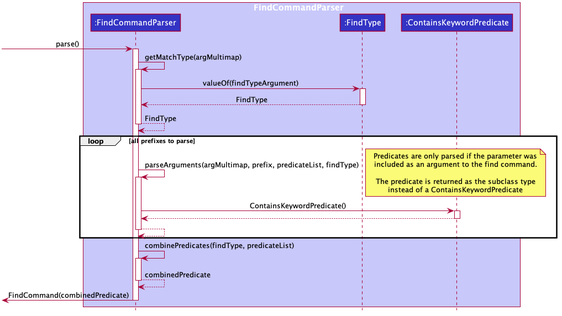
This is docs/images/FindCommandParserSequenceDiagram.png from pr4aveen/tp, a PlantUML export, as it was before one commit.
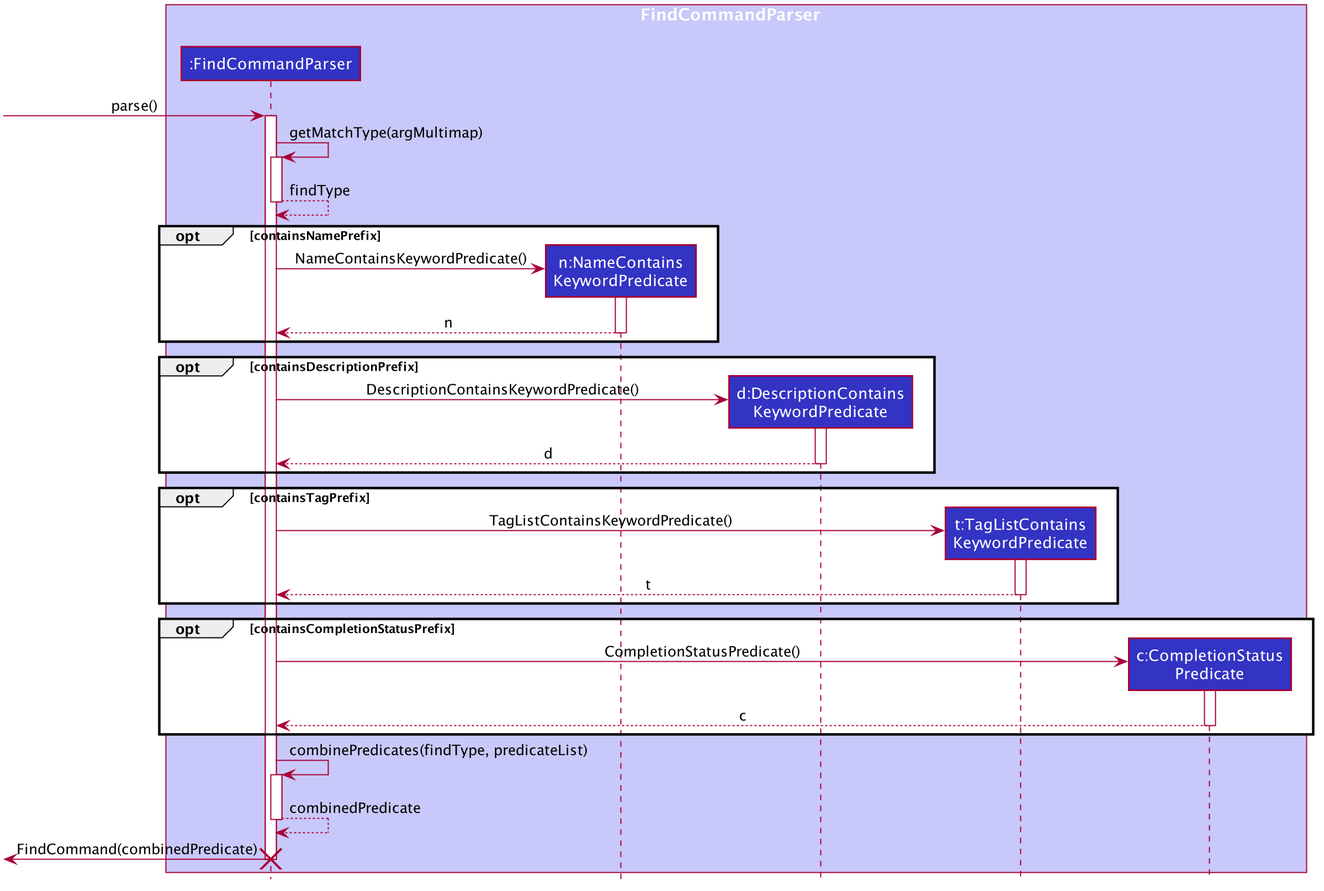
The same diagram one commit later.

Change to the diagram source:
```diff
@@ -50,8 +50,10 @@
 
 box FindCommandParser  #C8C8FA
 participant ":FindCommandParser" as FindCommandParser #3333C4
-participant ":FindType" as FindType #3333C4
-participant ":ContainsKeywordPredicate" as ContainsKeywordPredicate #3333C4
+participant "n:NameContains\nKeywordPredicate" as NameContainsKeywordPredicate #3333C4
+participant "d:DescriptionContains\nKeywordPredicate" as DescriptionContainsKeywordPredicate #3333C4
+participant "t:TagListContains\nKeywordPredicate" as TagListContainsKeywordPredicate #3333C4
+participant "c:CompletionStatus\nPredicate" as CompletionStatusPredicate #3333C4
 end box
 
 [-> FindCommandParser : parse()
@@ -59,30 +61,42 @@
 
 FindCommandParser -> FindCommandParser : getMatchType(argMultimap)
 activate FindCommandParser
-FindCommandParser -> FindType : valueOf(findTypeArgument)
-activate FindType
-FindType --> FindCommandParser : FindType
-deactivate FindType
-FindCommandParser --> FindCommandParser : FindType
+FindCommandParser --> FindCommandParser : findType
 deactivate FindCommandParser
 
-loop all prefixes to parse
-     FindCommandParser -> FindCommandParser : parseArguments(argMultimap, prefix, predicateList, findType)
-     activate FindCommandParser
-     note right
-     Predicates are only parsed if the parameter was
-     included as an argument to the find command.
 
-     The predicate is returned as the subclass type
-     instead of a ContainsKeywordPredicate
-     end note
-     FindCommandParser -> ContainsKeywordPredicate : ContainsKeywordPredicate()
-     activate ContainsKeywordPredicate
-     ContainsKeywordPredicate --> FindCommandParser
-     deactivate ContainsKeywordPredicate
-     FindCommandParser --> FindCommandParser
-     deactivate FindCommandParser
-end
+opt containsNamePrefix
+create NameContainsKeywordPredicate
+FindCommandParser -> NameContainsKeywordPredicate : NameContainsKeywordPredicate()
+activate NameContainsKeywordPredicate
+NameContainsKeywordPredicate --> FindCommandParser : n
+deactivate NameContainsKeywordPredicate
+end opt
+
+opt containsDescriptionPrefix
+create DescriptionContainsKeywordPredicate
+FindCommandParser -> DescriptionContainsKeywordPredicate : DescriptionContainsKeywordPredicate()
+activate DescriptionContainsKeywordPredicate
+DescriptionContainsKeywordPredicate --> FindCommandParser : d
+deactivate DescriptionContainsKeywordPredicate
+end opt
+
+opt containsTagPrefix
+create TagListContainsKeywordPredicate
+FindCommandParser -> TagListContainsKeywordPredicate : TagListContainsKeywordPredicate()
+activate TagListContainsKeywordPredicate
+TagListContainsKeywordPredicate --> FindCommandParser : t
+deactivate TagListContainsKeywordPredicate
+end opt
+
+opt containsCompletionStatusPrefix
+create CompletionStatusPredicate
+FindCommandParser -> CompletionStatusPredicate : CompletionStatusPredicate()
+activate CompletionStatusPredicate
+CompletionStatusPredicate --> FindCommandParser : c
+deactivate CompletionStatusPredicate
+end opt
+
 
 FindCommandParser -> FindCommandParser : combinePredicates(findType, predicateList)
 activate FindCommandParser
@@ -91,4 +105,5 @@
 
 [<- FindCommandParser : FindCommand(combinedPredicate)
 deactivate FindCommandParser
+destroy FindCommandParser
 @enduml
```
